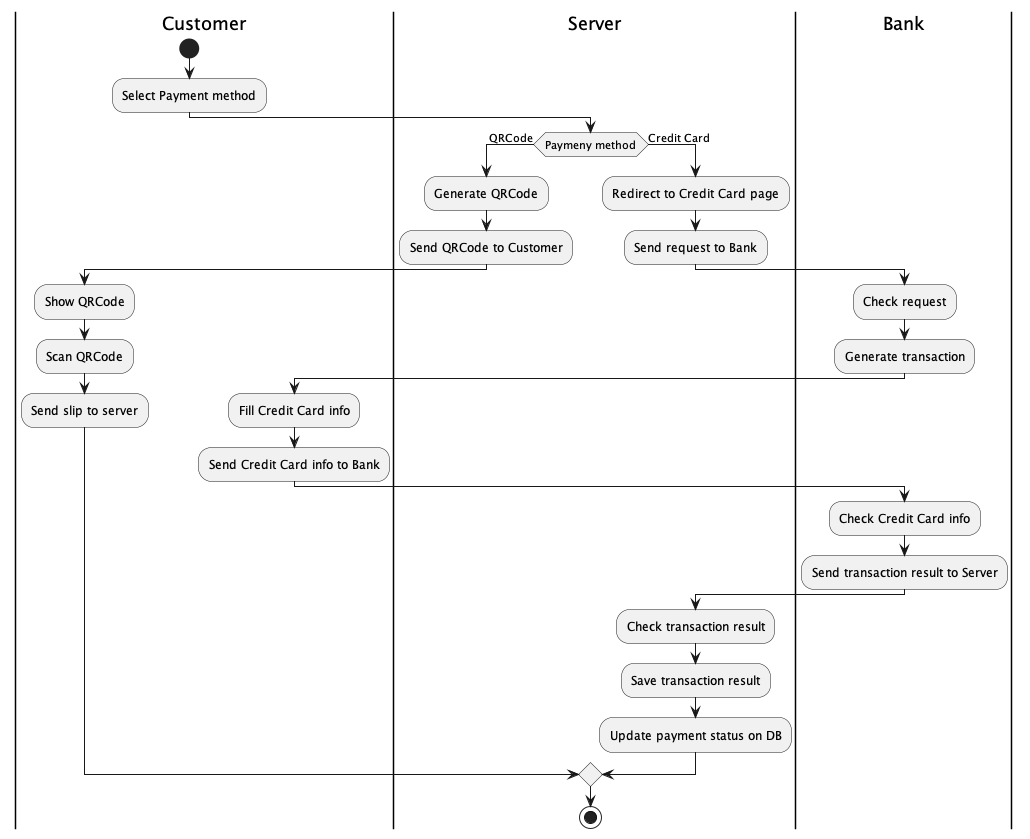
This is out/activity-diagram/Payment.png from Nxwbtk/SA-Diagram, a PlantUML export, as it was before one commit.
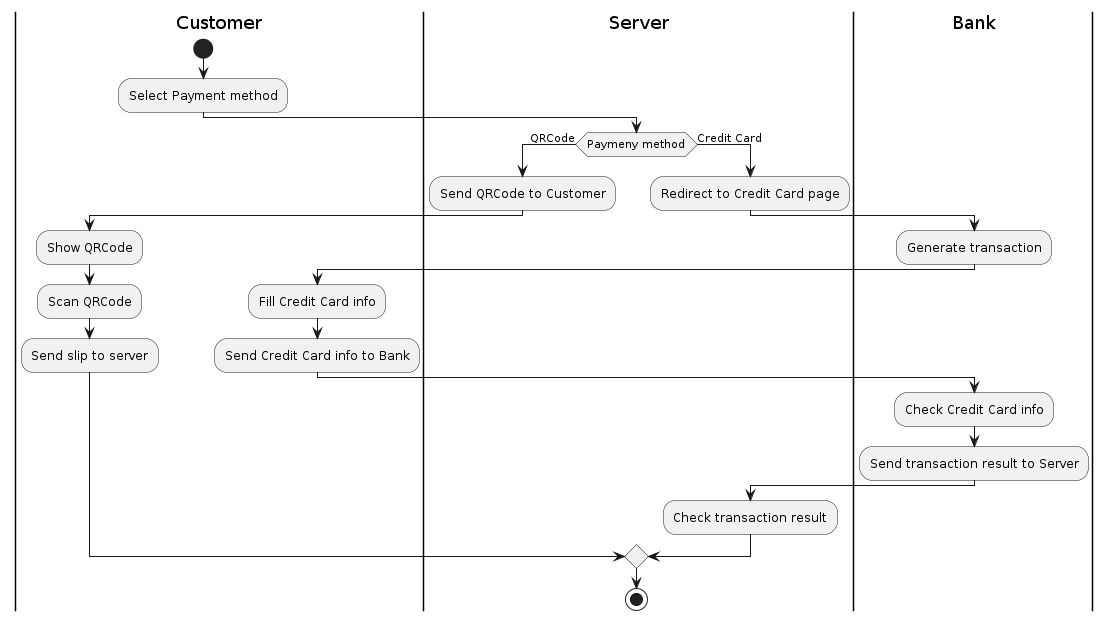
After the change.

Diff of the diagram source:
```diff
@@ -5,7 +5,6 @@
 |Server|
 if (Paymeny method) is (QRCode) then
 	|Server|
-	:Generate QRCode;
 	:Send QRCode to Customer;
 	|Customer|
 	:Show QRCode;
@@ -14,9 +13,7 @@
 else (Credit Card)
 	|Server|
 	:Redirect to Credit Card page;
-	:Send request to Bank;
 	|Bank|
-	:Check request;
 	:Generate transaction;
 	|Customer|
 	:Fill Credit Card info;
@@ -26,8 +23,6 @@
 	:Send transaction result to Server;
 	|Server|
 	:Check transaction result;
-	:Save transaction result;
-	:Update payment status on DB;
 endif
 stop
 @enduml
```
